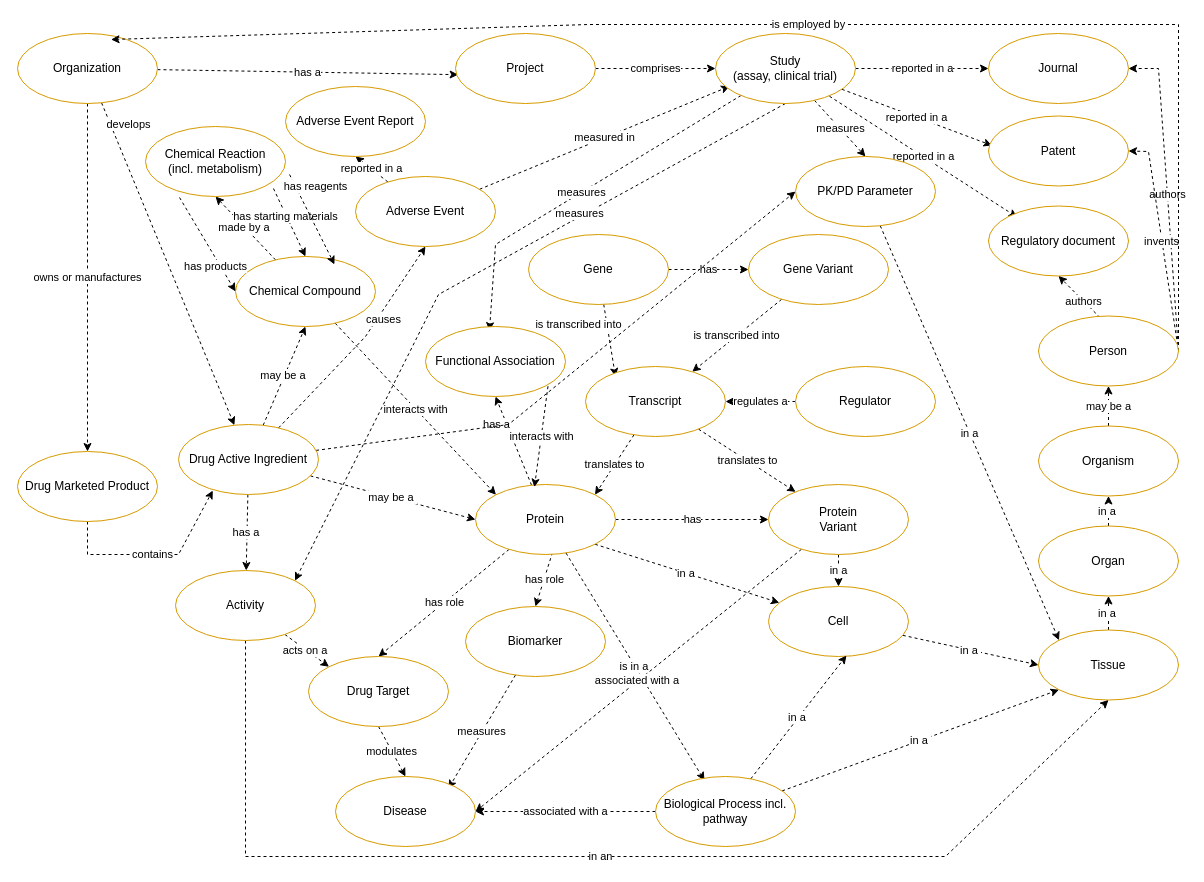
Before: Entellect Upper Ontology.drawio in tim-elsevier/demos, a draw.io diagram. Source tidied: cells renumbered, new cells numbered last; positions are measured from the earlier drawing's top-left corner, leaving out a move shared by most shapes. Both pictures are drawn from the tidied source at 100%, with x=0, y=0 at pixel (17, 24).
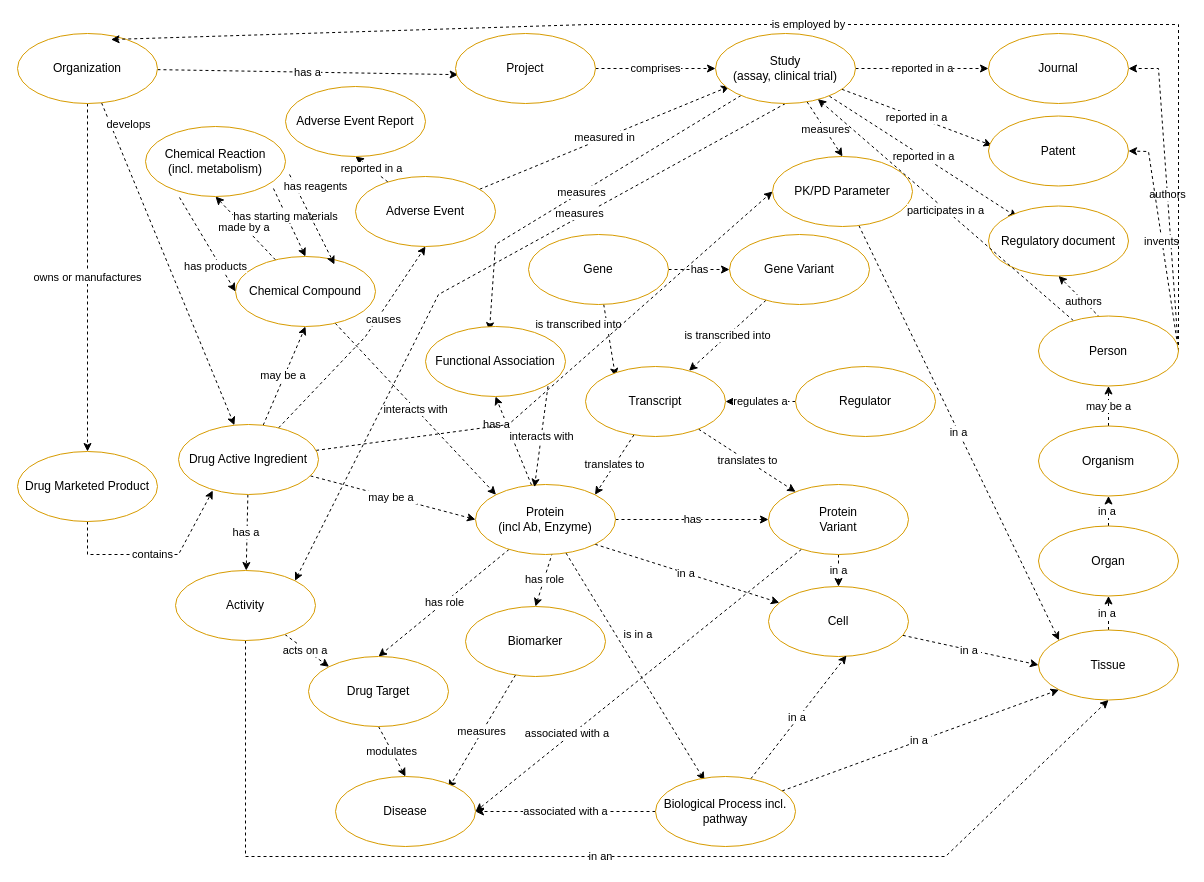
Above is the later version.

Unchanged cells that the change refers to:
```xml
<mxCell id="14" value="Protein&lt;br&gt;Variant" style="ellipse;whiteSpace=wrap;html=1;strokeColor=#D79B00;" parent="1" vertex="1">
  <mxGeometry x="751" y="460" width="140" height="70" as="geometry" />
</mxCell>
<mxCell id="61" value="Biological Process incl. pathway" style="ellipse;whiteSpace=wrap;html=1;strokeColor=#D79B00;" parent="1" vertex="1">
  <mxGeometry x="638" y="752" width="140" height="70" as="geometry" />
</mxCell>
<mxCell id="68" value="Study&lt;br&gt;(assay, clinical trial)" style="ellipse;whiteSpace=wrap;html=1;strokeColor=#D79B00;" parent="1" vertex="1">
  <mxGeometry x="698" y="9" width="140" height="70" as="geometry" />
</mxCell>
<mxCell id="78" value="Person" style="ellipse;whiteSpace=wrap;html=1;strokeColor=#D79B00;" parent="1" vertex="1">
  <mxGeometry x="1021" y="291.5" width="140" height="70" as="geometry" />
</mxCell>
```

Diff of the diagram source:
```diff
@@
     <mxCell id="6" value="is in a&amp;nbsp;" style="edgeStyle=none;rounded=0;jettySize=auto;html=1;entryX=0.35;entryY=0.057;entryDx=0;entryDy=0;entryPerimeter=0;dashed=1;" parent="1" edge="1" source="8" target="61">
-      <mxGeometry relative="1" as="geometry" />
+      <mxGeometry x="-0.19" y="20" relative="1" as="geometry" />
     </mxCell>
@@
-    <mxCell id="8" value="Protein" style="ellipse;whiteSpace=wrap;html=1;strokeColor=#D79B00;" parent="1" vertex="1">
+    <mxCell id="8" value="Protein&lt;br&gt;(incl Ab, Enzyme)" style="ellipse;whiteSpace=wrap;html=1;strokeColor=#D79B00;" parent="1" vertex="1">
       <mxGeometry x="458" y="460" width="140" height="70" as="geometry" />
     </mxCell>
@@
     <mxCell id="13" value="associated with a&amp;nbsp;" style="edgeStyle=none;rounded=0;jettySize=auto;html=1;dashed=1;" parent="1" edge="1" source="14">
-      <mxGeometry relative="1" as="geometry">
+      <mxGeometry x="0.42" y="-2" relative="1" as="geometry">
         <mxPoint x="458" y="787" as="targetPoint" />
       </mxGeometry>
     </mxCell>
@@
     <mxCell id="16" value="Gene Variant" style="ellipse;whiteSpace=wrap;html=1;strokeColor=#D79B00;" parent="1" vertex="1">
-      <mxGeometry x="731" y="210" width="140" height="70" as="geometry" />
+      <mxGeometry x="712" y="210" width="140" height="70" as="geometry" />
     </mxCell>
@@
     <mxCell id="70" value="PK/PD Parameter" style="ellipse;whiteSpace=wrap;html=1;strokeColor=#D79B00;" parent="1" vertex="1">
-      <mxGeometry x="778" y="132" width="140" height="70" as="geometry" />
+      <mxGeometry x="755" y="132" width="140" height="70" as="geometry" />
     </mxCell>
@@
+    <mxCell id="89" value="participates in a" style="edgeStyle=none;rounded=0;jettySize=auto;html=1;entryX=0.731;entryY=0.938;entryDx=0;entryDy=0;entryPerimeter=0;dashed=1;strokeColor=#000000;" parent="1" edge="1" source="78" target="68">
+      <mxGeometry relative="1" as="geometry" />
+    </mxCell>
```
